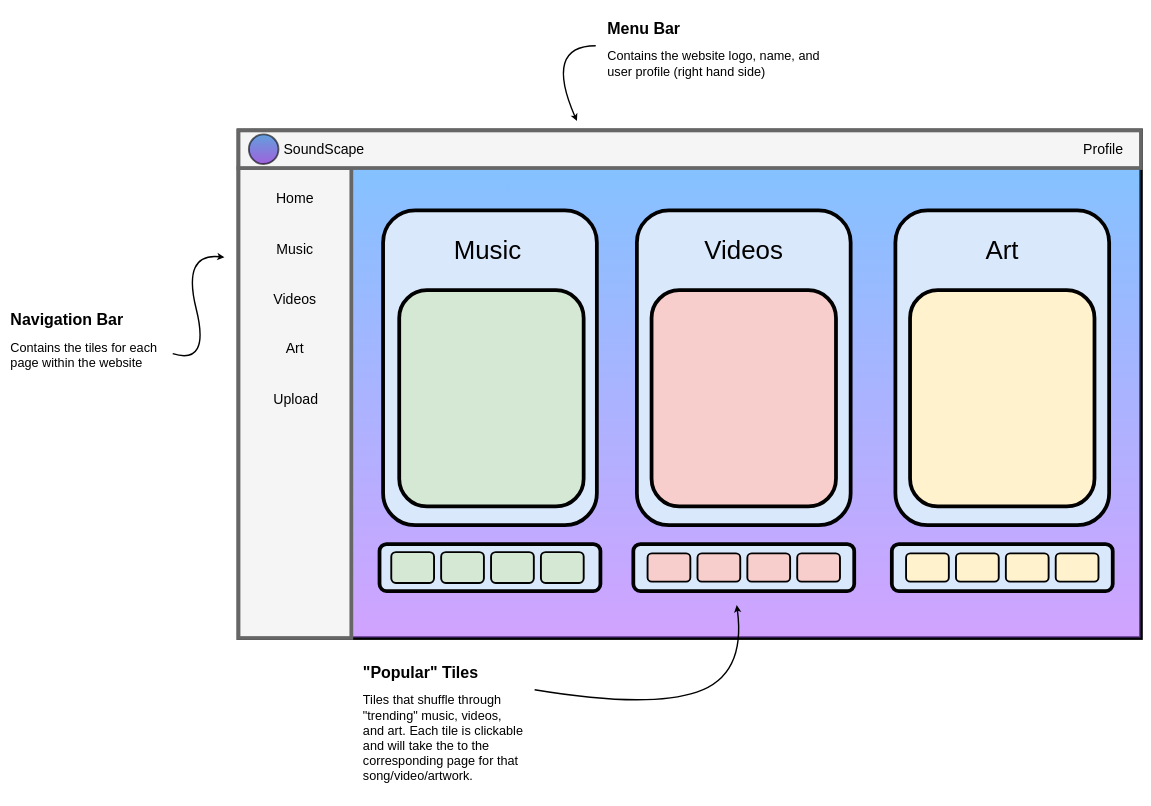
The draw.io diagram page "Explore" (3 of 5) of wireframe/UI_layout.drawio in ChicoState/sound-space, before the edit. Source tidied: cells renumbered, new cells numbered last; positions are measured from the earlier drawing's top-left corner, leaving out a move shared by most shapes. Both pictures are drawn from the tidied source at 47%, with x=0, y=0 at pixel (8, 13).
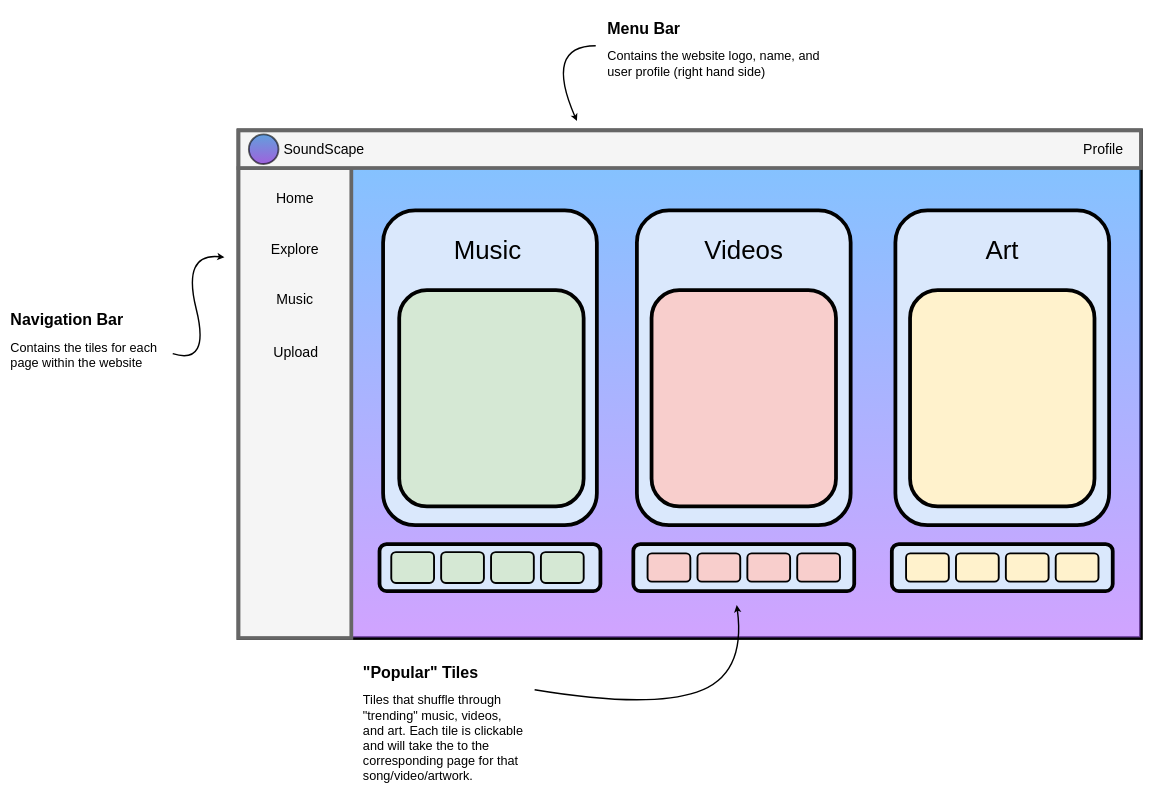
Above is the later version.

Commit message:
started homepage, created explore page

The change refers to these unchanged cells:
```xml
<mxCell id="9" style="group;" parent="1" vertex="1">
  <mxGeometry x="490" y="250" width="1920" height="1080" as="geometry" />
</mxCell>
```

What changed in the source:
```diff
@@
-    <mxCell id="41" value="&lt;font style=&quot;font-size: 30px&quot;&gt;Music&lt;/font&gt;" style="text;html=1;strokeColor=none;fillColor=none;align=center;verticalAlign=middle;whiteSpace=wrap;rounded=0;fontSize=55;" parent="9" vertex="1">
+    <mxCell id="41" value="&lt;font style=&quot;font-size: 30px&quot;&gt;Explore&lt;/font&gt;" style="text;html=1;strokeColor=none;fillColor=none;align=center;verticalAlign=middle;whiteSpace=wrap;rounded=0;fontSize=55;" parent="9" vertex="1">
       <mxGeometry x="90" y="228" width="60" height="30" as="geometry" />
     </mxCell>
-    <mxCell id="42" value="&lt;font style=&quot;font-size: 30px&quot;&gt;Videos&lt;/font&gt;" style="text;html=1;strokeColor=none;fillColor=none;align=center;verticalAlign=middle;whiteSpace=wrap;rounded=0;fontSize=55;" parent="9" vertex="1">
+    <mxCell id="42" value="&lt;font style=&quot;font-size: 30px&quot;&gt;Music&lt;/font&gt;" style="text;html=1;strokeColor=none;fillColor=none;align=center;verticalAlign=middle;whiteSpace=wrap;rounded=0;fontSize=55;" parent="9" vertex="1">
       <mxGeometry x="90" y="335" width="60" height="30" as="geometry" />
     </mxCell>
-    <mxCell id="43" value="&lt;font style=&quot;font-size: 30px&quot;&gt;Art&lt;/font&gt;" style="text;html=1;strokeColor=none;fillColor=none;align=center;verticalAlign=middle;whiteSpace=wrap;rounded=0;fontSize=55;" parent="9" vertex="1">
-      <mxGeometry x="90" y="439" width="60" height="30" as="geometry" />
-    </mxCell>
     <mxCell id="44" value="&lt;font style=&quot;font-size: 30px&quot;&gt;Upload&lt;/font&gt;" style="text;html=1;strokeColor=none;fillColor=none;align=center;verticalAlign=middle;whiteSpace=wrap;rounded=0;fontSize=55;" parent="9" vertex="1">
-      <mxGeometry x="92" y="548" width="60" height="30" as="geometry" />
+      <mxGeometry x="92" y="448" width="60" height="30" as="geometry" />
     </mxCell>
```
